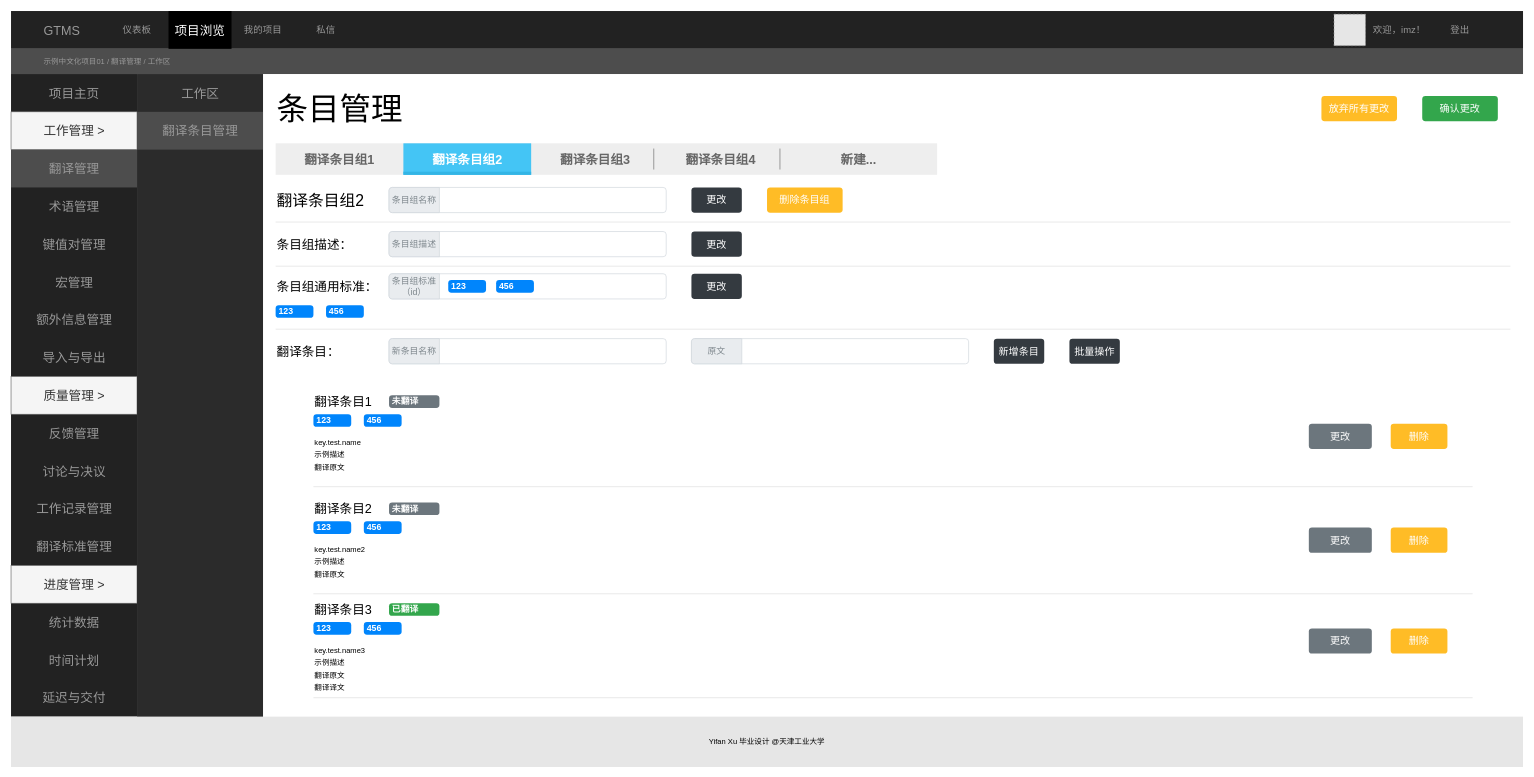
Earlier version of the draw.io diagram 条目管理界面.drawio (icemeowzhi/bach_final_diags). Source tidied: cells renumbered, new cells numbered last; positions are measured from the earlier drawing's top-left corner, leaving out a move shared by most shapes. Both pictures are drawn from the tidied source at 63%, with x=0, y=0 at pixel (11, 11). Pictures stored in the file or linked from it are replaced by grey dashed boxes.
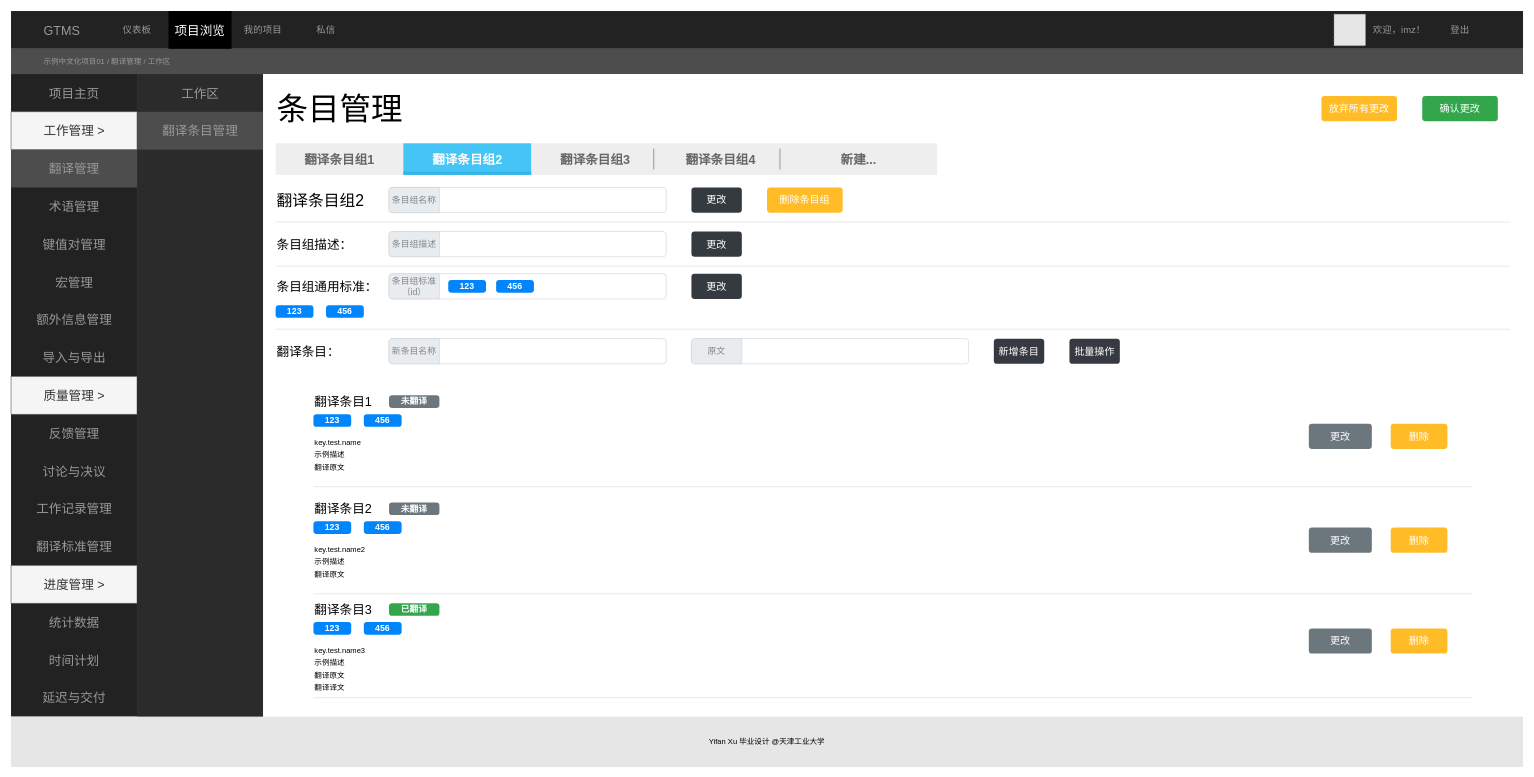
The same diagram, later.

Commit message:
更新条目管理界面.drawio

Unchanged cells that the change refers to:
```xml
<mxCell id="56" style="html=1;shadow=0;dashed=0;shape=mxgraph.bootstrap.rrect;rSize=5;strokeColor=#CED4DA;html=1;whiteSpace=wrap;fillColor=#FFFFFF;fontColor=#7D868C;align=left;spacing=15;spacingLeft=40;fontSize=14;" parent="1" vertex="1">
  <mxGeometry x="600" y="417" width="440" height="40" as="geometry" />
</mxCell>
```

The edit, as a diff of the source:
```diff
@@
-    <mxCell id="58" value="123" style="html=1;shadow=0;dashed=0;shape=mxgraph.bootstrap.rrect;rSize=5;strokeColor=none;strokeWidth=1;fillColor=#0085FC;fontColor=#FFFFFF;whiteSpace=wrap;align=left;verticalAlign=middle;spacingLeft=0;fontStyle=1;fontSize=14;spacing=5;" parent="56" vertex="1">
+    <mxCell id="58" value="123" style="html=1;shadow=0;dashed=0;shape=mxgraph.bootstrap.rrect;rSize=5;strokeColor=none;strokeWidth=1;fillColor=#0085FC;fontColor=#FFFFFF;whiteSpace=wrap;align=center;verticalAlign=middle;spacingLeft=0;fontStyle=1;fontSize=14;spacing=5;" parent="56" vertex="1">
       <mxGeometry x="94" y="10" width="60" height="20" as="geometry" />
     </mxCell>
-    <mxCell id="59" value="456" style="html=1;shadow=0;dashed=0;shape=mxgraph.bootstrap.rrect;rSize=5;strokeColor=none;strokeWidth=1;fillColor=#0085FC;fontColor=#FFFFFF;whiteSpace=wrap;align=left;verticalAlign=middle;spacingLeft=0;fontStyle=1;fontSize=14;spacing=5;" parent="56" vertex="1">
+    <mxCell id="59" value="456" style="html=1;shadow=0;dashed=0;shape=mxgraph.bootstrap.rrect;rSize=5;strokeColor=none;strokeWidth=1;fillColor=#0085FC;fontColor=#FFFFFF;whiteSpace=wrap;align=center;verticalAlign=middle;spacingLeft=0;fontStyle=1;fontSize=14;spacing=5;" parent="56" vertex="1">
       <mxGeometry x="170" y="10" width="60" height="20" as="geometry" />
     </mxCell>
-    <mxCell id="60" value="123" style="html=1;shadow=0;dashed=0;shape=mxgraph.bootstrap.rrect;rSize=5;strokeColor=none;strokeWidth=1;fillColor=#0085FC;fontColor=#FFFFFF;whiteSpace=wrap;align=left;verticalAlign=middle;spacingLeft=0;fontStyle=1;fontSize=14;spacing=5;" parent="1" vertex="1">
+    <mxCell id="60" value="123" style="html=1;shadow=0;dashed=0;shape=mxgraph.bootstrap.rrect;rSize=5;strokeColor=none;strokeWidth=1;fillColor=#0085FC;fontColor=#FFFFFF;whiteSpace=wrap;align=center;verticalAlign=middle;spacingLeft=0;fontStyle=1;fontSize=14;spacing=5;" parent="1" vertex="1">
       <mxGeometry x="420" y="467" width="60" height="20" as="geometry" />
     </mxCell>
-    <mxCell id="61" value="456" style="html=1;shadow=0;dashed=0;shape=mxgraph.bootstrap.rrect;rSize=5;strokeColor=none;strokeWidth=1;fillColor=#0085FC;fontColor=#FFFFFF;whiteSpace=wrap;align=left;verticalAlign=middle;spacingLeft=0;fontStyle=1;fontSize=14;spacing=5;" parent="1" vertex="1">
+    <mxCell id="61" value="456" style="html=1;shadow=0;dashed=0;shape=mxgraph.bootstrap.rrect;rSize=5;strokeColor=none;strokeWidth=1;fillColor=#0085FC;fontColor=#FFFFFF;whiteSpace=wrap;align=center;verticalAlign=middle;spacingLeft=0;fontStyle=1;fontSize=14;spacing=5;" parent="1" vertex="1">
       <mxGeometry x="500" y="467" width="60" height="20" as="geometry" />
     </mxCell>
@@
-    <mxCell id="72" value="123" style="html=1;shadow=0;dashed=0;shape=mxgraph.bootstrap.rrect;rSize=5;strokeColor=none;strokeWidth=1;fillColor=#0085FC;fontColor=#FFFFFF;whiteSpace=wrap;align=left;verticalAlign=middle;spacingLeft=0;fontStyle=1;fontSize=14;spacing=5;" parent="1" vertex="1">
+    <mxCell id="72" value="123" style="html=1;shadow=0;dashed=0;shape=mxgraph.bootstrap.rrect;rSize=5;strokeColor=none;strokeWidth=1;fillColor=#0085FC;fontColor=#FFFFFF;whiteSpace=wrap;align=center;verticalAlign=middle;spacingLeft=0;fontStyle=1;fontSize=14;spacing=5;" parent="1" vertex="1">
       <mxGeometry x="480" y="640" width="60" height="20" as="geometry" />
     </mxCell>
-    <mxCell id="73" value="456" style="html=1;shadow=0;dashed=0;shape=mxgraph.bootstrap.rrect;rSize=5;strokeColor=none;strokeWidth=1;fillColor=#0085FC;fontColor=#FFFFFF;whiteSpace=wrap;align=left;verticalAlign=middle;spacingLeft=0;fontStyle=1;fontSize=14;spacing=5;" parent="1" vertex="1">
+    <mxCell id="73" value="456" style="html=1;shadow=0;dashed=0;shape=mxgraph.bootstrap.rrect;rSize=5;strokeColor=none;strokeWidth=1;fillColor=#0085FC;fontColor=#FFFFFF;whiteSpace=wrap;align=center;verticalAlign=middle;spacingLeft=0;fontStyle=1;fontSize=14;spacing=5;" parent="1" vertex="1">
       <mxGeometry x="560" y="640" width="60" height="20" as="geometry" />
     </mxCell>
@@
-    <mxCell id="76" value="未翻译" style="html=1;shadow=0;dashed=0;shape=mxgraph.bootstrap.rrect;rSize=5;strokeColor=none;strokeWidth=1;fillColor=#6C767D;fontColor=#FFFFFF;whiteSpace=wrap;align=left;verticalAlign=middle;spacingLeft=0;fontStyle=1;fontSize=14;spacing=5;" parent="1" vertex="1">
+    <mxCell id="76" value="未翻译" style="html=1;shadow=0;dashed=0;shape=mxgraph.bootstrap.rrect;rSize=5;strokeColor=none;strokeWidth=1;fillColor=#6C767D;fontColor=#FFFFFF;whiteSpace=wrap;align=center;verticalAlign=middle;spacingLeft=0;fontStyle=1;fontSize=14;spacing=5;" parent="1" vertex="1">
       <mxGeometry x="600" y="610" width="80" height="20" as="geometry" />
     </mxCell>
@@
-    <mxCell id="80" value="123" style="html=1;shadow=0;dashed=0;shape=mxgraph.bootstrap.rrect;rSize=5;strokeColor=none;strokeWidth=1;fillColor=#0085FC;fontColor=#FFFFFF;whiteSpace=wrap;align=left;verticalAlign=middle;spacingLeft=0;fontStyle=1;fontSize=14;spacing=5;" parent="1" vertex="1">
+    <mxCell id="80" value="123" style="html=1;shadow=0;dashed=0;shape=mxgraph.bootstrap.rrect;rSize=5;strokeColor=none;strokeWidth=1;fillColor=#0085FC;fontColor=#FFFFFF;whiteSpace=wrap;align=center;verticalAlign=middle;spacingLeft=0;fontStyle=1;fontSize=14;spacing=5;" parent="1" vertex="1">
       <mxGeometry x="480" y="810" width="60" height="20" as="geometry" />
     </mxCell>
-    <mxCell id="81" value="456" style="html=1;shadow=0;dashed=0;shape=mxgraph.bootstrap.rrect;rSize=5;strokeColor=none;strokeWidth=1;fillColor=#0085FC;fontColor=#FFFFFF;whiteSpace=wrap;align=left;verticalAlign=middle;spacingLeft=0;fontStyle=1;fontSize=14;spacing=5;" parent="1" vertex="1">
+    <mxCell id="81" value="456" style="html=1;shadow=0;dashed=0;shape=mxgraph.bootstrap.rrect;rSize=5;strokeColor=none;strokeWidth=1;fillColor=#0085FC;fontColor=#FFFFFF;whiteSpace=wrap;align=center;verticalAlign=middle;spacingLeft=0;fontStyle=1;fontSize=14;spacing=5;" parent="1" vertex="1">
       <mxGeometry x="560" y="810" width="60" height="20" as="geometry" />
     </mxCell>
@@
-    <mxCell id="84" value="未翻译" style="html=1;shadow=0;dashed=0;shape=mxgraph.bootstrap.rrect;rSize=5;strokeColor=none;strokeWidth=1;fillColor=#6C767D;fontColor=#FFFFFF;whiteSpace=wrap;align=left;verticalAlign=middle;spacingLeft=0;fontStyle=1;fontSize=14;spacing=5;" parent="1" vertex="1">
+    <mxCell id="84" value="未翻译" style="html=1;shadow=0;dashed=0;shape=mxgraph.bootstrap.rrect;rSize=5;strokeColor=none;strokeWidth=1;fillColor=#6C767D;fontColor=#FFFFFF;whiteSpace=wrap;align=center;verticalAlign=middle;spacingLeft=0;fontStyle=1;fontSize=14;spacing=5;" parent="1" vertex="1">
       <mxGeometry x="600" y="780" width="80" height="20" as="geometry" />
     </mxCell>
@@
-    <mxCell id="88" value="123" style="html=1;shadow=0;dashed=0;shape=mxgraph.bootstrap.rrect;rSize=5;strokeColor=none;strokeWidth=1;fillColor=#0085FC;fontColor=#FFFFFF;whiteSpace=wrap;align=left;verticalAlign=middle;spacingLeft=0;fontStyle=1;fontSize=14;spacing=5;" parent="1" vertex="1">
+    <mxCell id="88" value="123" style="html=1;shadow=0;dashed=0;shape=mxgraph.bootstrap.rrect;rSize=5;strokeColor=none;strokeWidth=1;fillColor=#0085FC;fontColor=#FFFFFF;whiteSpace=wrap;align=center;verticalAlign=middle;spacingLeft=0;fontStyle=1;fontSize=14;spacing=5;" parent="1" vertex="1">
       <mxGeometry x="480" y="970" width="60" height="20" as="geometry" />
     </mxCell>
-    <mxCell id="89" value="456" style="html=1;shadow=0;dashed=0;shape=mxgraph.bootstrap.rrect;rSize=5;strokeColor=none;strokeWidth=1;fillColor=#0085FC;fontColor=#FFFFFF;whiteSpace=wrap;align=left;verticalAlign=middle;spacingLeft=0;fontStyle=1;fontSize=14;spacing=5;" parent="1" vertex="1">
+    <mxCell id="89" value="456" style="html=1;shadow=0;dashed=0;shape=mxgraph.bootstrap.rrect;rSize=5;strokeColor=none;strokeWidth=1;fillColor=#0085FC;fontColor=#FFFFFF;whiteSpace=wrap;align=center;verticalAlign=middle;spacingLeft=0;fontStyle=1;fontSize=14;spacing=5;" parent="1" vertex="1">
       <mxGeometry x="560" y="970" width="60" height="20" as="geometry" />
     </mxCell>
@@
-    <mxCell id="103" value="已翻译" style="html=1;shadow=0;dashed=0;shape=mxgraph.bootstrap.rrect;rSize=5;strokeColor=none;strokeWidth=1;fillColor=#33A64C;fontColor=#FFFFFF;whiteSpace=wrap;align=left;verticalAlign=middle;spacingLeft=0;fontStyle=1;fontSize=14;spacing=5;" parent="1" vertex="1">
+    <mxCell id="103" value="已翻译" style="html=1;shadow=0;dashed=0;shape=mxgraph.bootstrap.rrect;rSize=5;strokeColor=none;strokeWidth=1;fillColor=#33A64C;fontColor=#FFFFFF;whiteSpace=wrap;align=center;verticalAlign=middle;spacingLeft=0;fontStyle=1;fontSize=14;spacing=5;" parent="1" vertex="1">
       <mxGeometry x="600" y="940" width="80" height="20" as="geometry" />
     </mxCell>
```
